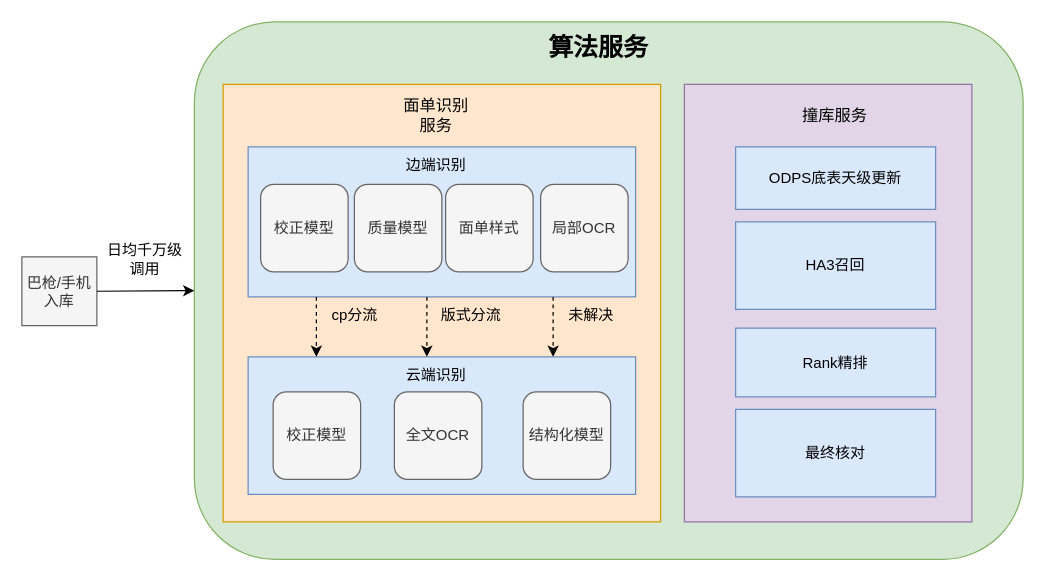
dutxubo/MyProjects keeps this draw.io diagram as ocr.drawio. Above is the earlier version. Source tidied: cells renumbered, new cells numbered last; positions are measured from the earlier drawing's top-left corner, leaving out a move shared by most shapes. Both pictures are drawn from the tidied source at 125%, with x=0, y=0 at pixel (21, 21).
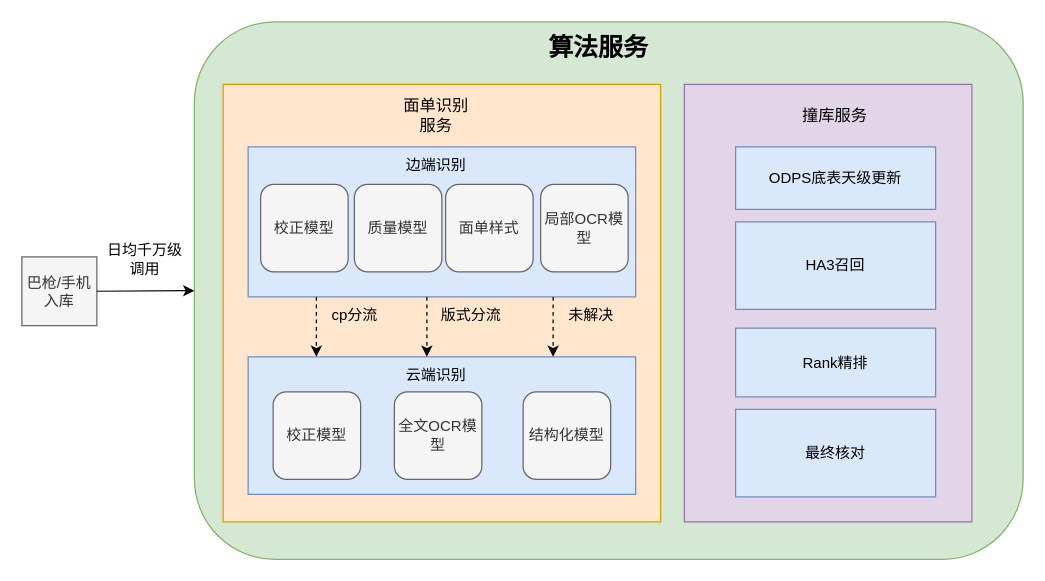
After the change.

Diff of the diagram source:
```diff
@@
-    <mxCell id="14" value="局部OCR" style="rounded=1;whiteSpace=wrap;html=1;fillColor=#f5f5f5;fontColor=#333333;strokeColor=#666666;" parent="1" vertex="1">
+    <mxCell id="14" value="局部OCR模型" style="rounded=1;whiteSpace=wrap;html=1;fillColor=#f5f5f5;fontColor=#333333;strokeColor=#666666;" parent="1" vertex="1">
       <mxGeometry x="415" y="130" width="70" height="70" as="geometry" />
     </mxCell>
@@
-    <mxCell id="16" value="全文OCR" style="rounded=1;whiteSpace=wrap;html=1;fillColor=#f5f5f5;fontColor=#333333;strokeColor=#666666;" parent="1" vertex="1">
+    <mxCell id="16" value="全文OCR模型" style="rounded=1;whiteSpace=wrap;html=1;fillColor=#f5f5f5;fontColor=#333333;strokeColor=#666666;" parent="1" vertex="1">
       <mxGeometry x="298" y="296" width="70" height="70" as="geometry" />
     </mxCell>
```
